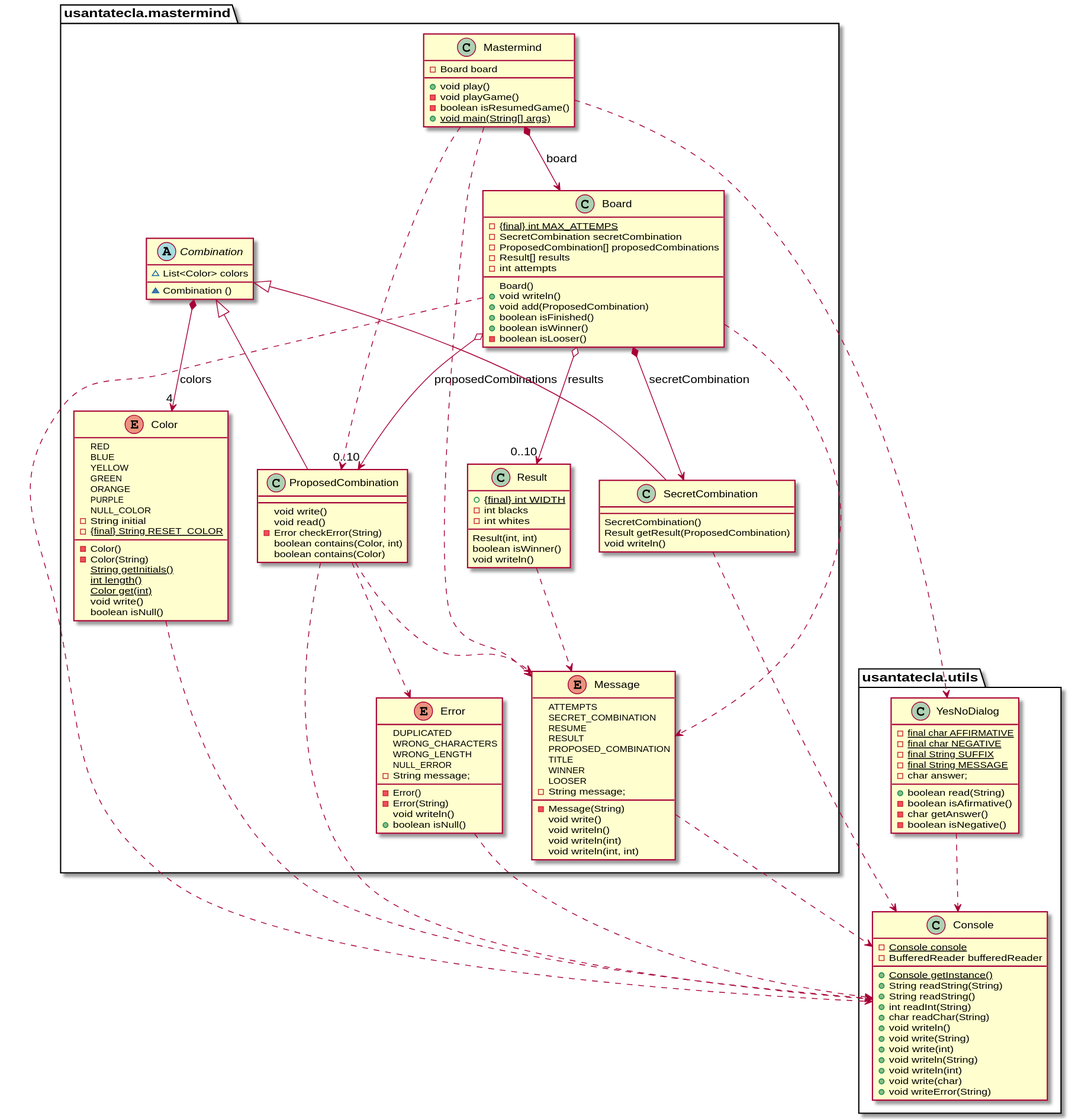
Earlier version of the PlantUML export domainModel/docs/diagrams/out/paquetes/mastermind.svg (SantaTecla-mastermind/solution.java.swing.socket.sql).
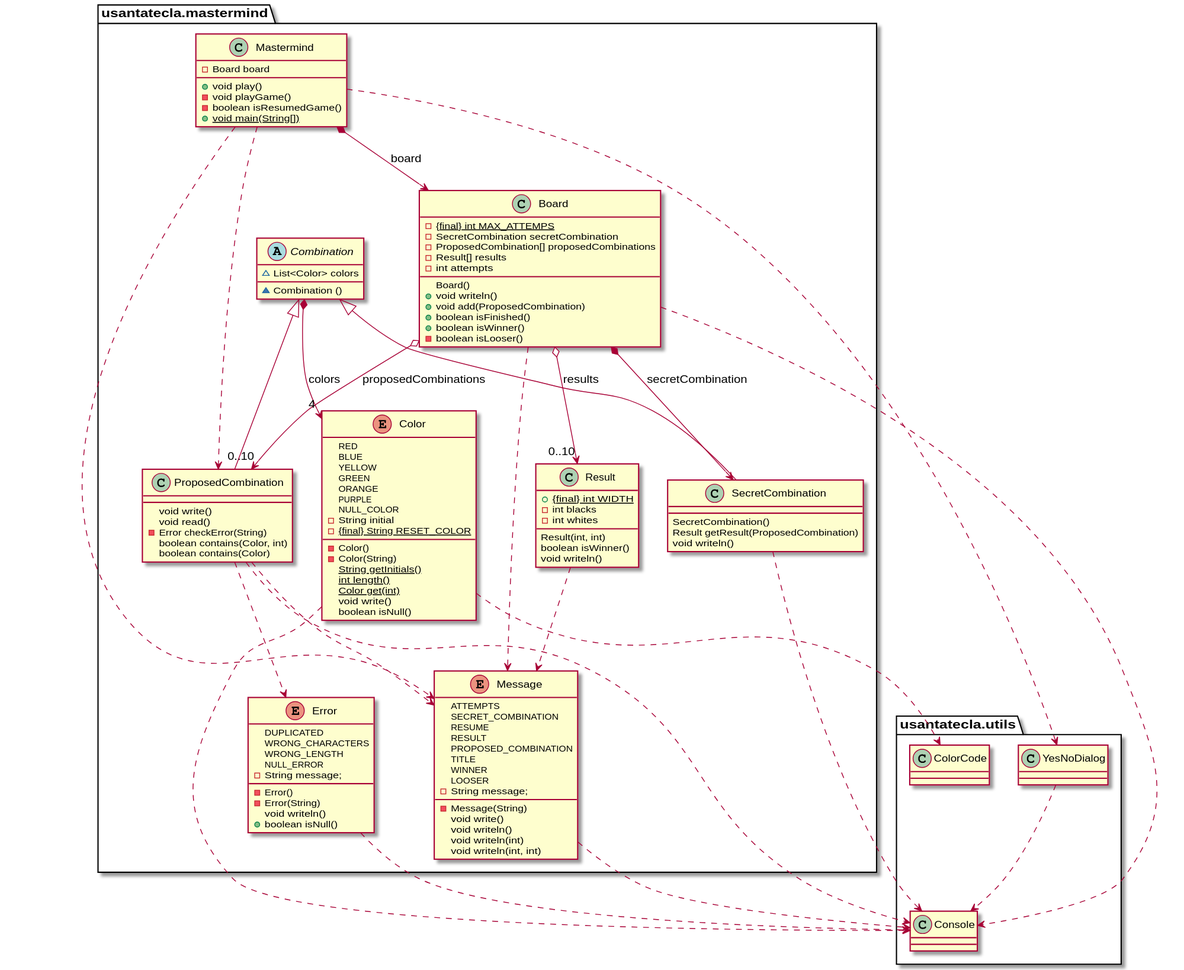
Later version of the same file.

Change to the diagram source:
```diff
@@ -5,7 +5,7 @@
 	+ void play()
 	- void playGame()
 	- boolean isResumedGame()
-	+ {static} void main(String[] args)
+	+ {static} void main(String[])
 }
 
 
@@ -124,33 +124,10 @@
 
 class Console {
 
-	- {static} Console console
-	+ {static} Console getInstance()
-	- BufferedReader bufferedReader
-	+ String readString(String)
-	+ String readString()
-	+ int readInt(String)
-	+ char readChar(String)
-	+ void writeln()
-	+ void write(String)
-	+ void write(int)
-	+ void writeln(String)
-	+ void writeln(int)
-	+ void write(char)
-	+ void writeError(String)
+
 }
 
 class YesNoDialog {
-
-	- {static} final char AFFIRMATIVE
-	- {static} final char NEGATIVE
-	- {static} final String SUFFIX
-	- {static} final String MESSAGE
-	- char answer;
-	+ boolean read(String)
-	- boolean isAfirmative()
-	- char getAnswer()
-	- boolean isNegative()
 
 }
 
@@ -159,6 +136,7 @@
 YesNoDialog .down.> Console
 Board .down.> Console
 Color .down.> Console
+Color .down.> usantatecla.utils.ColorCode
 Error .down.> Console
 Message .down.> Console
 ProposedCombination .down.> Console
```
